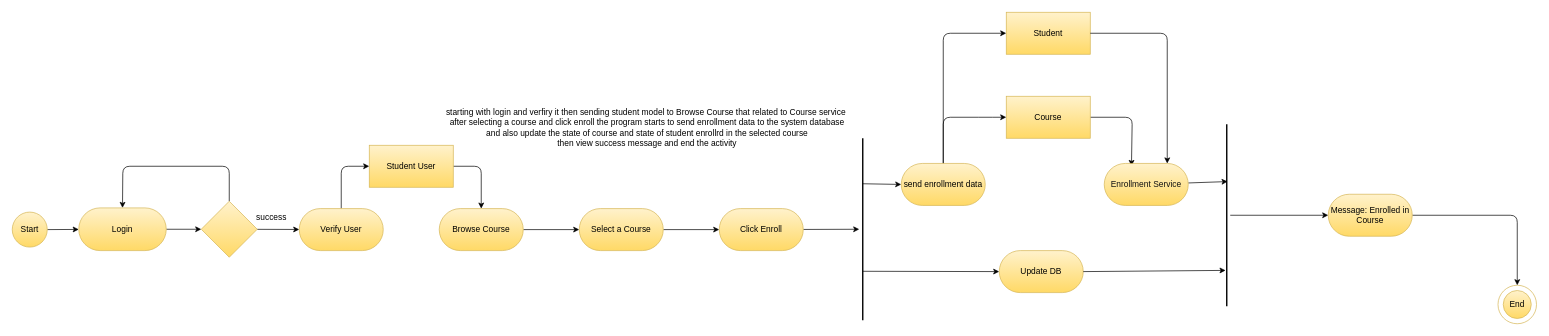
Earlier version of the draw.io diagram UMLdesign/activity_diagram.drawio (ProgrammingII-projects/skill_forge_UML_design). Source tidied: cells renumbered, new cells numbered last; positions are measured from the earlier drawing's top-left corner, leaving out a move shared by most shapes. Both pictures are drawn from the tidied source at 70%, with x=0, y=0 at pixel (12, 12).
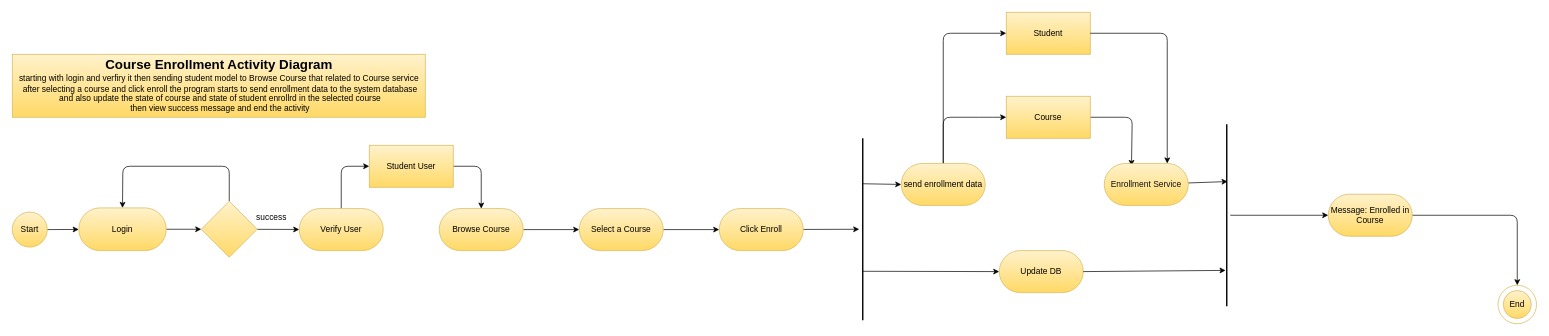
Above is the later version.

Diff of the diagram source:
```diff
@@
-    <mxCell id="41" value="starting with login and verfiry it then sending student model to Browse Course that related to Course service&lt;div&gt;&amp;nbsp;after selecting a course and click enroll the program starts to send enrollment data to the system database&lt;/div&gt;&lt;div&gt;&amp;nbsp;and also update the state of course and state of student enrollrd in the selected course&lt;/div&gt;&lt;div&gt;&amp;nbsp;then view success message and end the activity&lt;/div&gt;" style="text;html=1;align=center;verticalAlign=middle;strokeColor=none;fillColor=none;" parent="1" vertex="1">
-      <mxGeometry x="610" y="130" width="590" height="70" as="geometry" />
+    <mxCell id="41" value="&lt;b&gt;&lt;font style=&quot;font-size: 19px;&quot;&gt;Course Enrollment Activity Diagram&lt;/font&gt;&lt;/b&gt;&lt;br&gt;starting with login and verfiry it then sending student model to Browse Course that related to Course service&lt;div&gt;&amp;nbsp;after selecting a course and click enroll the program starts to send enrollment data to the system database&lt;/div&gt;&lt;div&gt;&amp;nbsp;and also update the state of course and state of student enrollrd in the selected course&lt;/div&gt;&lt;div&gt;&amp;nbsp;then view success message and end the activity&lt;/div&gt;" style="text;html=1;align=center;verticalAlign=middle;strokeColor=#d6b656;fillColor=#fff2cc;gradientColor=#ffd966;" parent="1" vertex="1">
+      <mxGeometry y="60" width="590" height="90" as="geometry" />
     </mxCell>
```
